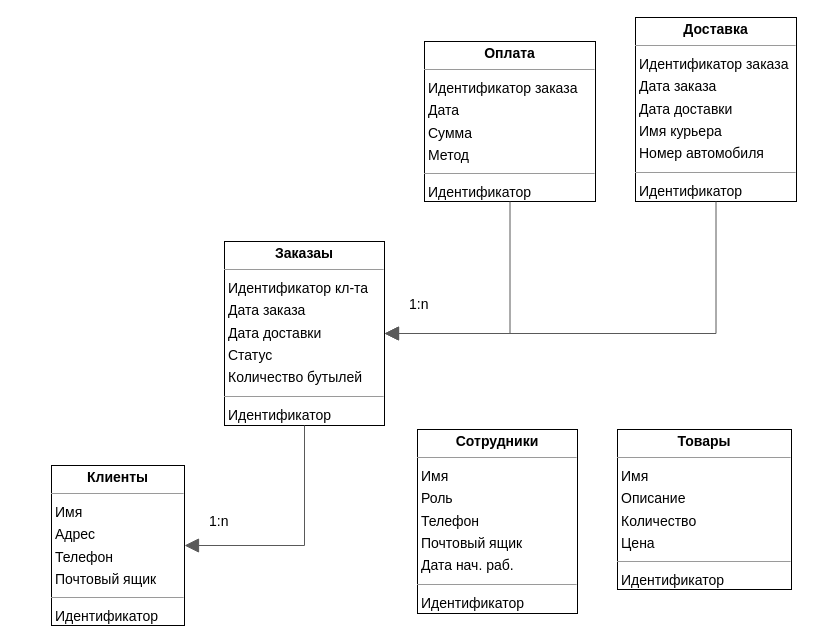
Above: emil_infological_model.drawio in knorke102/schemes (draw.io), before the change. Source tidied: cells renumbered, new cells numbered last; positions are measured from the earlier drawing's top-left corner, leaving out a move shared by most shapes. Both pictures are drawn from the tidied source at 100%, with x=0, y=0 at pixel (51, 17).
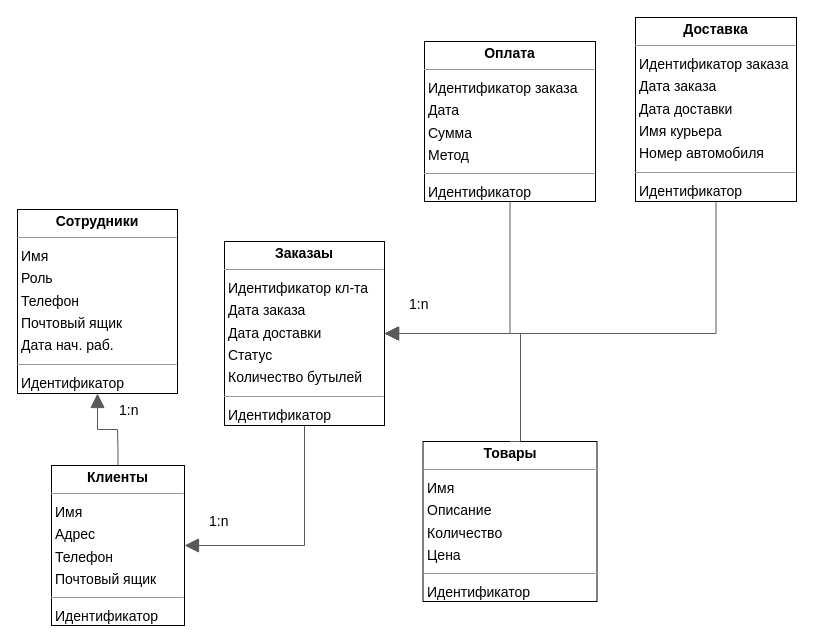
After the change.

The change refers to these unchanged cells:
```xml
<mxCell id="2" value="&lt;p style=&quot;margin:0px;margin-top:4px;text-align:center;&quot;&gt;&lt;b&gt;Клиенты&lt;/b&gt;&lt;/p&gt;&lt;hr size=&quot;1&quot;&gt;&lt;p style=&quot;margin:0 0 0 4px;line-height:1.6;&quot;&gt;Имя&lt;br&gt;Адрес&lt;br&gt; Телефон&lt;br&gt; Почтовый ящик&lt;/p&gt;&lt;hr size=&quot;1&quot;&gt;&lt;p style=&quot;margin:0 0 0 4px;line-height:1.6;&quot;&gt; Идентификатор&lt;/p&gt;" style="verticalAlign=top;align=left;overflow=fill;fontSize=14;fontFamily=Helvetica;html=1;rounded=0;shadow=0;comic=0;labelBackgroundColor=none;strokeWidth=1;" parent="1" vertex="1">
  <mxGeometry y="448" width="133" height="160" as="geometry" />
</mxCell>
<mxCell id="4" value="&lt;p style=&quot;margin:0px;margin-top:4px;text-align:center;&quot;&gt;&lt;b&gt;Заказаы&lt;/b&gt;&lt;/p&gt;&lt;hr size=&quot;1&quot;&gt;&lt;p style=&quot;margin:0 0 0 4px;line-height:1.6;&quot;&gt;Идентификатор кл-та&lt;br&gt; Дата заказа&lt;br&gt; Дата доставки&lt;br&gt; Статус&lt;br&gt; Количество бутылей&lt;/p&gt;&lt;hr size=&quot;1&quot;&gt;&lt;p style=&quot;margin:0 0 0 4px;line-height:1.6;&quot;&gt;Идентификатор&lt;/p&gt;" style="verticalAlign=top;align=left;overflow=fill;fontSize=14;fontFamily=Helvetica;html=1;rounded=0;shadow=0;comic=0;labelBackgroundColor=none;strokeWidth=1;" parent="1" vertex="1">
  <mxGeometry x="173" y="224" width="160" height="184" as="geometry" />
</mxCell>
```

The edit, as a diff of the source:
```diff
@@
     <mxCell id="9" value="&lt;p style=&quot;margin:0px;margin-top:4px;text-align:center;&quot;&gt;&lt;b&gt;Сотрудники&lt;/b&gt;&lt;/p&gt;&lt;hr size=&quot;1&quot;&gt;&lt;p style=&quot;margin:0 0 0 4px;line-height:1.6;&quot;&gt; Имя&lt;br&gt; Роль&lt;br&gt; Телефон&lt;br&gt; Почтовый ящик&lt;br&gt; Дата нач. раб.&lt;/p&gt;&lt;hr size=&quot;1&quot;&gt;&lt;p style=&quot;margin:0 0 0 4px;line-height:1.6;&quot;&gt;Идентификатор&lt;/p&gt;" style="verticalAlign=top;align=left;overflow=fill;fontSize=14;fontFamily=Helvetica;html=1;rounded=0;shadow=0;comic=0;labelBackgroundColor=none;strokeWidth=1;" parent="1" vertex="1">
-      <mxGeometry x="366" y="412" width="160" height="184" as="geometry" />
+      <mxGeometry x="-34" y="192" width="160" height="184" as="geometry" />
     </mxCell>
     <mxCell id="10" value="&lt;p style=&quot;margin:0px;margin-top:4px;text-align:center;&quot;&gt;&lt;b&gt;Товары&lt;/b&gt;&lt;/p&gt;&lt;hr size=&quot;1&quot;&gt;&lt;p style=&quot;margin:0 0 0 4px;line-height:1.6;&quot;&gt; Имя&lt;br&gt; Описание&lt;br&gt; Количество&lt;br&gt; Цена&lt;/p&gt;&lt;hr size=&quot;1&quot;&gt;&lt;p style=&quot;margin:0 0 0 4px;line-height:1.6;&quot;&gt;Идентификатор&lt;/p&gt;" style="verticalAlign=top;align=left;overflow=fill;fontSize=14;fontFamily=Helvetica;html=1;rounded=0;shadow=0;comic=0;labelBackgroundColor=none;strokeWidth=1;" parent="1" vertex="1">
-      <mxGeometry x="566" y="412" width="174" height="160" as="geometry" />
+      <mxGeometry x="371.5" y="424" width="174" height="160" as="geometry" />
     </mxCell>
@@
+    <mxCell id="13" style="html=1;rounded=0;edgeStyle=orthogonalEdgeStyle;dashed=0;startArrow=none;endArrow=block;endSize=12;strokeColor=#595959;exitX=0.5;exitY=0;exitDx=0;exitDy=0;entryX=1;entryY=0.5;entryDx=0;entryDy=0;" parent="1" edge="1" source="10" target="4">
+      <mxGeometry relative="1" as="geometry">
+        <Array as="points">
+          <mxPoint x="469" y="424" />
+          <mxPoint x="469" y="316" />
+        </Array>
+      </mxGeometry>
+    </mxCell>
+    <mxCell id="14" style="html=1;rounded=0;edgeStyle=orthogonalEdgeStyle;dashed=0;startArrow=none;endArrow=block;endSize=12;strokeColor=#595959;exitX=0.5;exitY=0;exitDx=0;exitDy=0;entryX=0.5;entryY=1;entryDx=0;entryDy=0;" parent="1" edge="1" source="2" target="9">
+      <mxGeometry relative="1" as="geometry">
+        <Array as="points">
+          <mxPoint x="67" y="434" />
+          <mxPoint x="66" y="412" />
+          <mxPoint x="46" y="412" />
+        </Array>
+      </mxGeometry>
+    </mxCell>
+    <mxCell id="15" value="&lt;span style=&quot;color: rgb(0, 0, 0); font-family: Helvetica; font-size: 14px; font-style: normal; font-variant-ligatures: normal; font-variant-caps: normal; font-weight: 400; letter-spacing: normal; orphans: 2; text-align: left; text-indent: 0px; text-transform: none; widows: 2; word-spacing: 0px; -webkit-text-stroke-width: 0px; white-space: nowrap; background-color: rgb(255, 255, 255); text-decoration-thickness: initial; text-decoration-style: initial; text-decoration-color: initial; float: none; display: inline !important;&quot;&gt;1:n&lt;/span&gt;" style="text;whiteSpace=wrap;html=1;" parent="1" vertex="1">
+      <mxGeometry x="66" y="378" width="30" height="30" as="geometry" />
+    </mxCell>
```
